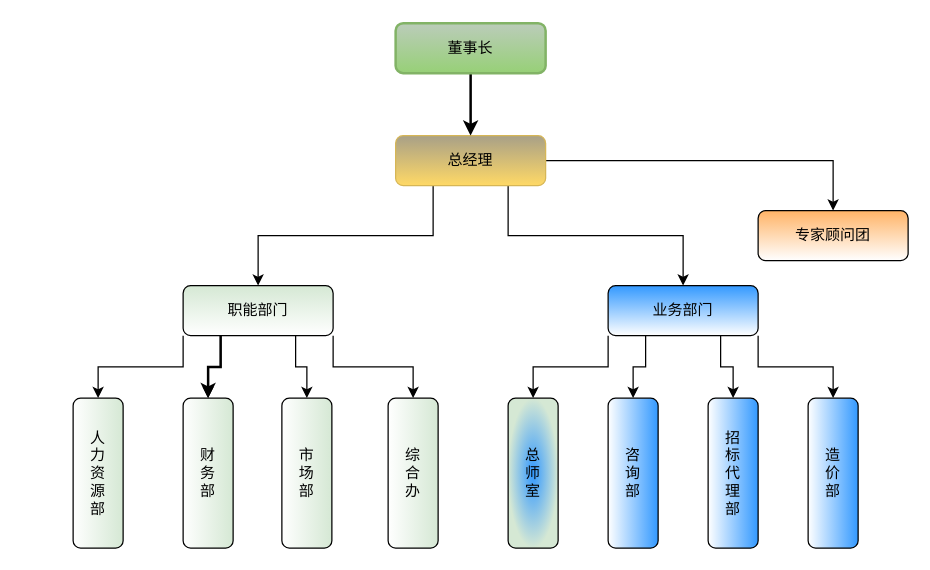
The draw.io diagram 公开招标流程.drawio in 26awen/drawiofiles, before the edit. Source tidied: cells renumbered, new cells numbered last; positions are measured from the earlier drawing's top-left corner, leaving out a move shared by most shapes. Both pictures are drawn from the tidied source at 125%, with x=0, y=0 at pixel (22, 22).
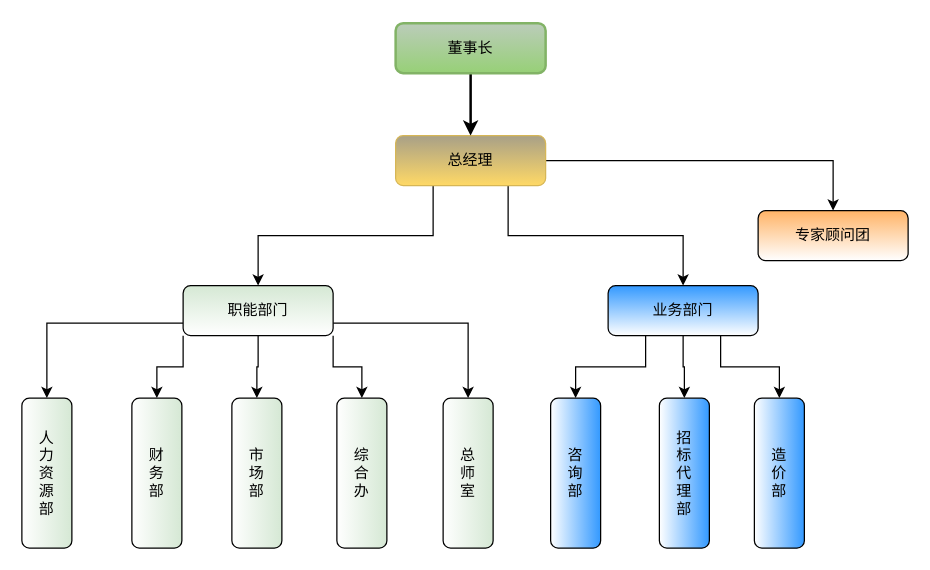
The same page after the edit.

Commit message:
Update 公开招标流程.drawio

Unchanged cells that the change refers to:
```xml
<mxCell id="11" value="职能部门" style="rounded=1;whiteSpace=wrap;html=1;fillColor=#D5E8D4;gradientColor=#FFFFFF;" parent="1" vertex="1">
  <mxGeometry x="128" y="210" width="120" height="40" as="geometry" />
</mxCell>
<mxCell id="17" value="业务部门" style="rounded=1;whiteSpace=wrap;html=1;fillColor=#3399FF;gradientColor=#FFFFFF;" parent="1" vertex="1">
  <mxGeometry x="468" y="210" width="120" height="40" as="geometry" />
</mxCell>
```

What changed in the source:
```diff
@@
+    <mxCell id="8" style="edgeStyle=orthogonalEdgeStyle;rounded=0;jettySize=auto;html=1;exitX=0;exitY=0.75;exitDx=0;exitDy=0;entryX=0;entryY=0.5;entryDx=0;entryDy=0;" parent="1" edge="1" source="11" target="12">
+      <mxGeometry relative="1" as="geometry" />
+    </mxCell>
+    <mxCell id="28" style="edgeStyle=orthogonalEdgeStyle;rounded=0;jettySize=auto;html=1;exitX=1;exitY=0.75;exitDx=0;exitDy=0;" parent="1" edge="1" source="11" target="21">
+      <mxGeometry relative="1" as="geometry" />
+    </mxCell>
+    <mxCell id="29" style="edgeStyle=orthogonalEdgeStyle;rounded=0;jettySize=auto;html=1;exitX=0;exitY=1;exitDx=0;exitDy=0;entryX=0;entryY=0.5;entryDx=0;entryDy=0;" parent="1" edge="1" source="11" target="18">
+      <mxGeometry relative="1" as="geometry" />
+    </mxCell>
-    <mxCell id="7" style="rounded=0;jettySize=auto;html=1;exitX=0.75;exitY=1;exitDx=0;exitDy=0;entryX=0;entryY=0.5;entryDx=0;entryDy=0;edgeStyle=orthogonalEdgeStyle;" parent="1" edge="1" source="11" target="20">
+    <mxCell id="7" style="edgeStyle=orthogonalEdgeStyle;rounded=0;jettySize=auto;html=1;exitX=0.5;exitY=1;exitDx=0;exitDy=0;entryX=0;entryY=0.5;entryDx=0;entryDy=0;" parent="1" edge="1" source="11" target="20">
       <mxGeometry relative="1" as="geometry" />
     </mxCell>
-    <mxCell id="8" style="edgeStyle=orthogonalEdgeStyle;rounded=0;jettySize=auto;html=1;exitX=0;exitY=1;exitDx=0;exitDy=0;" parent="1" edge="1" source="11" target="12">
-      <mxGeometry relative="1" as="geometry" />
-    </mxCell>
-    <mxCell id="9" style="edgeStyle=orthogonalEdgeStyle;rounded=0;jettySize=auto;html=1;exitX=0.25;exitY=1;exitDx=0;exitDy=0;strokeWidth=2;" parent="1" edge="1" source="11" target="18">
-      <mxGeometry relative="1" as="geometry" />
-    </mxCell>
-    <mxCell id="10" style="edgeStyle=orthogonalEdgeStyle;rounded=0;jettySize=auto;html=1;exitX=0.25;exitY=1;exitDx=0;exitDy=0;entryX=0;entryY=0.5;entryDx=0;entryDy=0;" parent="1" edge="1" source="11" target="18">
-      <mxGeometry relative="1" as="geometry" />
-    </mxCell>
@@
     <mxCell id="12" value="人&lt;br&gt;力&lt;br&gt;资&lt;br&gt;源&lt;br&gt;部" style="rounded=1;whiteSpace=wrap;html=1;fillColor=#D5E8D4;rotation=90;verticalAlign=middle;align=center;horizontal=0;gradientColor=#FFFFFF;" parent="1" vertex="1">
-      <mxGeometry y="340" width="120" height="40" as="geometry" />
+      <mxGeometry x="-41" y="340" width="120" height="40" as="geometry" />
     </mxCell>
-    <mxCell id="13" style="rounded=0;jettySize=auto;html=1;exitX=0;exitY=1;exitDx=0;exitDy=0;entryX=0;entryY=0.5;entryDx=0;entryDy=0;edgeStyle=orthogonalEdgeStyle;" parent="1" edge="1" source="17" target="21">
-      <mxGeometry relative="1" as="geometry" />
-    </mxCell>
@@
+    <mxCell id="16" style="edgeStyle=orthogonalEdgeStyle;rounded=0;jettySize=auto;html=1;exitX=0.75;exitY=1;exitDx=0;exitDy=0;" parent="1" edge="1" source="17" target="25">
+      <mxGeometry relative="1" as="geometry" />
+    </mxCell>
-    <mxCell id="15" style="rounded=0;jettySize=auto;html=1;exitX=0.75;exitY=1;exitDx=0;exitDy=0;entryX=0;entryY=0.5;entryDx=0;entryDy=0;edgeStyle=orthogonalEdgeStyle;" parent="1" edge="1" source="17" target="24">
+    <mxCell id="15" style="edgeStyle=orthogonalEdgeStyle;rounded=0;jettySize=auto;html=1;exitX=0.5;exitY=1;exitDx=0;exitDy=0;" parent="1" edge="1" source="17" target="24">
       <mxGeometry relative="1" as="geometry" />
     </mxCell>
-    <mxCell id="16" style="rounded=0;jettySize=auto;html=1;exitX=1;exitY=1;exitDx=0;exitDy=0;entryX=0;entryY=0.5;entryDx=0;entryDy=0;edgeStyle=orthogonalEdgeStyle;" parent="1" edge="1" source="17" target="25">
-      <mxGeometry relative="1" as="geometry" />
-    </mxCell>
@@
     <mxCell id="18" value="财&lt;br&gt;务&lt;br&gt;部" style="rounded=1;whiteSpace=wrap;html=1;fillColor=#D5E8D4;rotation=90;horizontal=0;gradientColor=#FFFFFF;" parent="1" vertex="1">
-      <mxGeometry x="88" y="340" width="120" height="40" as="geometry" />
+      <mxGeometry x="47" y="340" width="120" height="40" as="geometry" />
     </mxCell>
     <mxCell id="19" value="综&lt;br&gt;合&lt;br&gt;办" style="rounded=1;whiteSpace=wrap;html=1;fillColor=#D5E8D4;rotation=90;horizontal=0;gradientColor=#FFFFFF;" parent="1" vertex="1">
-      <mxGeometry x="252" y="340" width="120" height="40" as="geometry" />
+      <mxGeometry x="211" y="340" width="120" height="40" as="geometry" />
     </mxCell>
     <mxCell id="20" value="市&lt;br&gt;场&lt;br&gt;部" style="rounded=1;whiteSpace=wrap;html=1;fillColor=#D5E8D4;rotation=90;horizontal=0;gradientColor=#FFFFFF;" parent="1" vertex="1">
-      <mxGeometry x="167" y="340" width="120" height="40" as="geometry" />
+      <mxGeometry x="127" y="340" width="120" height="40" as="geometry" />
     </mxCell>
-    <mxCell id="21" value="总&lt;br&gt;师&lt;br&gt;室" style="rounded=1;whiteSpace=wrap;html=1;fillColor=#3399FF;rotation=90;horizontal=0;gradientColor=#D5E8D4;gradientDirection=radial;" parent="1" vertex="1">
-      <mxGeometry x="348" y="340" width="120" height="40" as="geometry" />
+    <mxCell id="21" value="总&lt;br&gt;师&lt;br&gt;室" style="rounded=1;whiteSpace=wrap;html=1;fillColor=#FFFFFF;rotation=90;horizontal=0;gradientColor=#D5E8D4;gradientDirection=north;" parent="1" vertex="1">
+      <mxGeometry x="296" y="340" width="120" height="40" as="geometry" />
     </mxCell>
@@
     <mxCell id="23" value="咨&lt;br&gt;询&lt;br&gt;部" style="rounded=1;whiteSpace=wrap;html=1;fillColor=#3399FF;rotation=90;horizontal=0;gradientColor=#FFFFFF;" parent="1" vertex="1">
-      <mxGeometry x="428" y="340" width="120" height="40" as="geometry" />
+      <mxGeometry x="382" y="340" width="120" height="40" as="geometry" />
     </mxCell>
     <mxCell id="24" value="招&lt;br&gt;标&lt;br&gt;代&lt;br&gt;理&lt;br&gt;部" style="rounded=1;whiteSpace=wrap;html=1;fillColor=#3399FF;rotation=90;horizontal=0;gradientColor=#FFFFFF;" parent="1" vertex="1">
-      <mxGeometry x="508" y="340" width="120" height="40" as="geometry" />
+      <mxGeometry x="469" y="340" width="120" height="40" as="geometry" />
     </mxCell>
     <mxCell id="25" value="造&lt;br&gt;价&lt;br&gt;部" style="rounded=1;whiteSpace=wrap;html=1;fillColor=#3399FF;rotation=90;horizontal=0;gradientColor=#FFFFFF;" parent="1" vertex="1">
-      <mxGeometry x="588" y="340" width="120" height="40" as="geometry" />
+      <mxGeometry x="545" y="340" width="120" height="40" as="geometry" />
     </mxCell>
```
